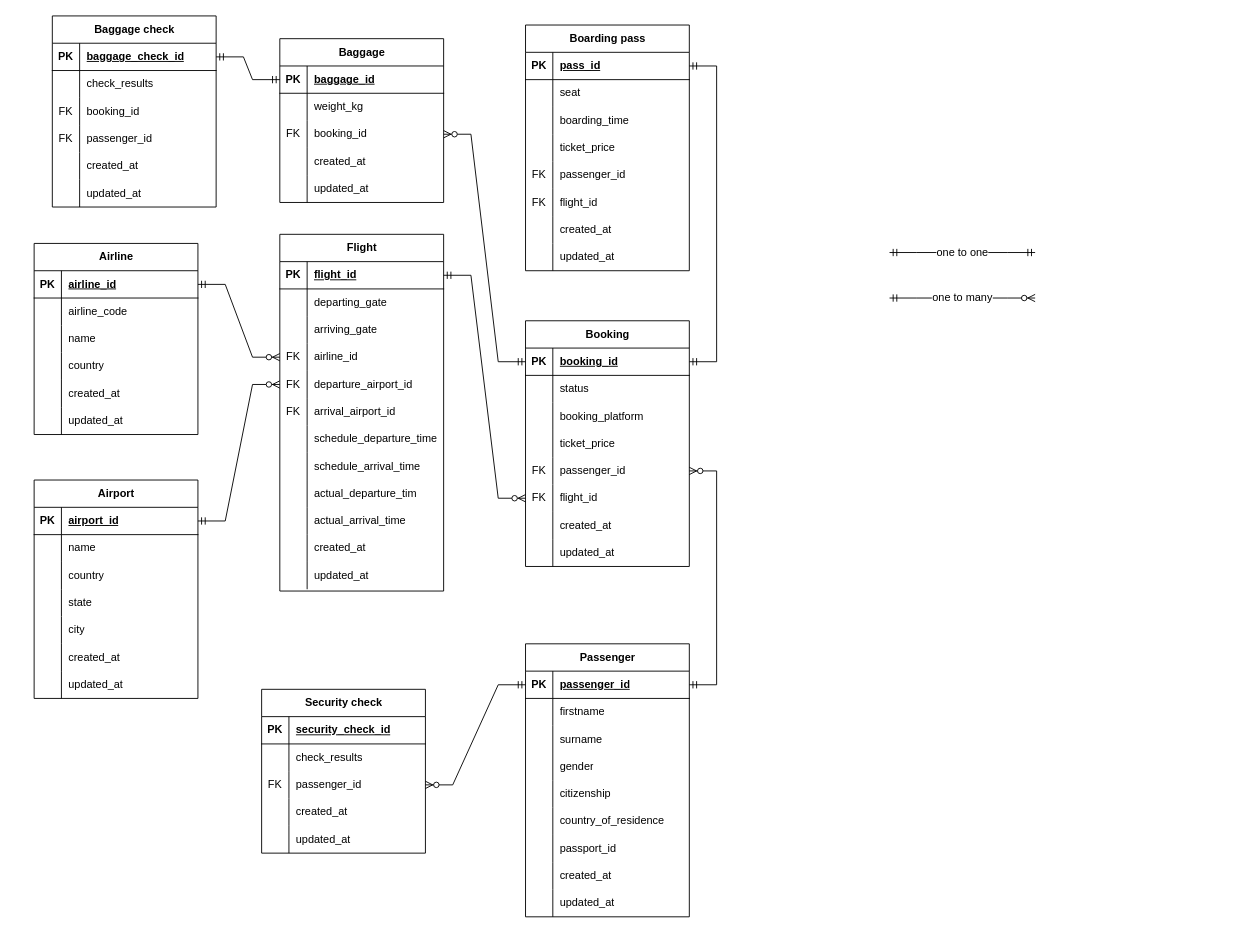
Above: Untitled Diagram.drawio in fellinluvva/dbms1 (draw.io), before the change. Source tidied: cells renumbered, new cells numbered last; positions are measured from the earlier drawing's top-left corner, leaving out a move shared by most shapes. Both pictures are drawn from the tidied source at 91%, with x=0, y=0 at pixel (34, 15).
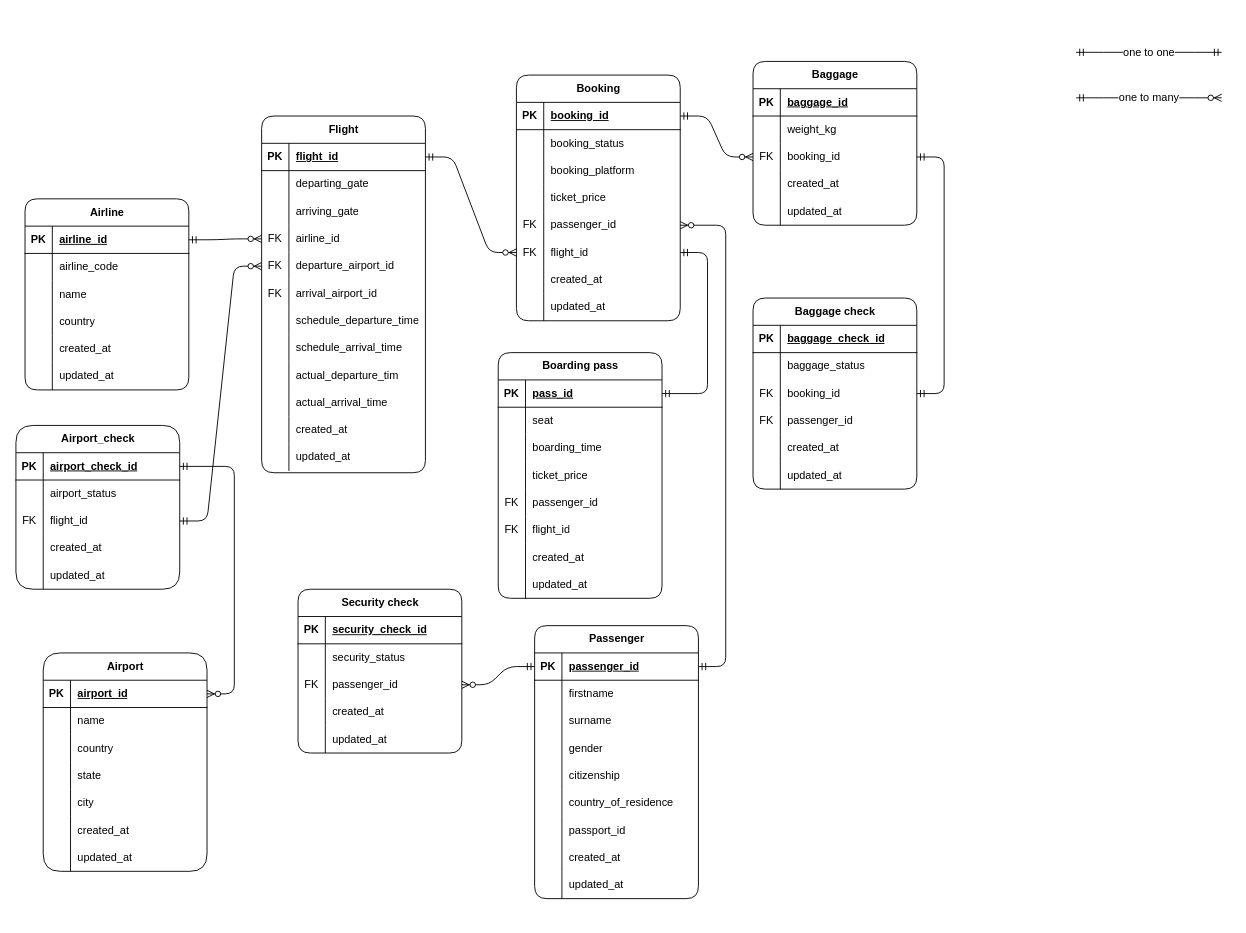
The same diagram, later.

Unchanged cells that the change refers to:
```xml
<mxCell id="3" style="shape=tableRow;horizontal=0;startSize=0;swimlaneHead=0;swimlaneBody=0;fillColor=none;points=[[0,0.5],[1,0.5]];portConstraint=eastwest;top=0;left=0;right=0;bottom=1;" parent="2" vertex="1">
  <mxGeometry y="30" width="180" height="30" as="geometry" />
</mxCell>
<mxCell id="25" style="shape=tableRow;horizontal=0;startSize=0;swimlaneHead=0;swimlaneBody=0;fillColor=none;points=[[0,0.5],[1,0.5]];portConstraint=eastwest;top=0;left=0;right=0;bottom=1;" parent="24" vertex="1">
  <mxGeometry y="30" width="180" height="30" as="geometry" />
</mxCell>
<mxCell id="28" style="shape=tableRow;horizontal=0;startSize=0;swimlaneHead=0;swimlaneBody=0;fillColor=none;top=0;left=0;right=0;bottom=0;" parent="24" vertex="1">
  <mxGeometry y="60" width="180" height="30" as="geometry" />
</mxCell>
<mxCell id="31" style="shape=tableRow;horizontal=0;startSize=0;swimlaneHead=0;swimlaneBody=0;fillColor=none;points=[[0,0.5],[1,0.5]];portConstraint=eastwest;top=0;left=0;right=0;bottom=0;" parent="24" vertex="1">
  <mxGeometry y="90" width="180" height="30" as="geometry" />
</mxCell>
<mxCell id="44" style="shape=tableRow;horizontal=0;startSize=0;swimlaneHead=0;swimlaneBody=0;fillColor=none;points=[[0,0.5],[1,0.5]];portConstraint=eastwest;top=0;left=0;right=0;bottom=1;" parent="43" vertex="1">
  <mxGeometry y="30" width="180" height="30" as="geometry" />
</mxCell>
<mxCell id="47" style="shape=tableRow;horizontal=0;startSize=0;swimlaneHead=0;swimlaneBody=0;fillColor=none;top=0;left=0;right=0;bottom=0;" parent="43" vertex="1">
  <mxGeometry y="60" width="180" height="30" as="geometry" />
</mxCell>
<mxCell id="56" style="shape=tableRow;horizontal=0;startSize=0;swimlaneHead=0;swimlaneBody=0;fillColor=none;points=[[0,0.5],[1,0.5]];portConstraint=eastwest;top=0;left=0;right=0;bottom=0;" parent="43" vertex="1">
  <mxGeometry y="150" width="180" height="30" as="geometry" />
</mxCell>
<mxCell id="59" style="shape=tableRow;horizontal=0;startSize=0;swimlaneHead=0;swimlaneBody=0;fillColor=none;points=[[0,0.5],[1,0.5]];portConstraint=eastwest;top=0;left=0;right=0;bottom=0;" parent="43" vertex="1">
  <mxGeometry y="180" width="180" height="30" as="geometry" />
</mxCell>
<mxCell id="69" style="shape=tableRow;horizontal=0;startSize=0;swimlaneHead=0;swimlaneBody=0;fillColor=none;points=[[0,0.5],[1,0.5]];portConstraint=eastwest;top=0;left=0;right=0;bottom=1;" parent="68" vertex="1">
  <mxGeometry y="30" width="180" height="30" as="geometry" />
</mxCell>
<mxCell id="75" style="shape=tableRow;horizontal=0;startSize=0;swimlaneHead=0;swimlaneBody=0;fillColor=none;points=[[0,0.5],[1,0.5]];portConstraint=eastwest;top=0;left=0;right=0;bottom=0;" parent="68" vertex="1">
  <mxGeometry y="90" width="180" height="30" as="geometry" />
</mxCell>
<mxCell id="85" style="shape=tableRow;horizontal=0;startSize=0;swimlaneHead=0;swimlaneBody=0;fillColor=none;points=[[0,0.5],[1,0.5]];portConstraint=eastwest;top=0;left=0;right=0;bottom=1;" parent="84" vertex="1">
  <mxGeometry y="30" width="180" height="30" as="geometry" />
</mxCell>
<mxCell id="94" style="shape=tableRow;horizontal=0;startSize=0;swimlaneHead=0;swimlaneBody=0;fillColor=none;points=[[0,0.5],[1,0.5]];portConstraint=eastwest;top=0;left=0;right=0;bottom=0;" parent="84" vertex="1">
  <mxGeometry y="120" width="180" height="30" as="geometry" />
</mxCell>
<mxCell id="97" style="shape=tableRow;horizontal=0;startSize=0;swimlaneHead=0;swimlaneBody=0;fillColor=none;points=[[0,0.5],[1,0.5]];portConstraint=eastwest;top=0;left=0;right=0;bottom=0;" parent="84" vertex="1">
  <mxGeometry y="150" width="180" height="30" as="geometry" />
</mxCell>
<mxCell id="122" style="shape=tableRow;horizontal=0;startSize=0;swimlaneHead=0;swimlaneBody=0;fillColor=none;points=[[0,0.5],[1,0.5]];portConstraint=eastwest;top=0;left=0;right=0;bottom=1;" parent="121" vertex="1">
  <mxGeometry y="30" width="180" height="30" as="geometry" />
</mxCell>
<mxCell id="141" style="shape=tableRow;horizontal=0;startSize=0;swimlaneHead=0;swimlaneBody=0;fillColor=none;points=[[0,0.5],[1,0.5]];portConstraint=eastwest;top=0;left=0;right=0;bottom=1;" parent="140" vertex="1">
  <mxGeometry y="30" width="180" height="30" as="geometry" />
</mxCell>
<mxCell id="166" style="shape=tableRow;horizontal=0;startSize=0;swimlaneHead=0;swimlaneBody=0;fillColor=none;points=[[0,0.5],[1,0.5]];portConstraint=eastwest;top=0;left=0;right=0;bottom=1;" parent="165" vertex="1">
  <mxGeometry y="30" width="180" height="30" as="geometry" />
</mxCell>
<mxCell id="197" style="shape=tableRow;horizontal=0;startSize=0;swimlaneHead=0;swimlaneBody=0;fillColor=none;top=0;left=0;right=0;bottom=0;" parent="193" vertex="1">
  <mxGeometry y="60" width="180" height="30" as="geometry" />
</mxCell>
<mxCell id="200" style="shape=tableRow;horizontal=0;startSize=0;swimlaneHead=0;swimlaneBody=0;fillColor=none;points=[[0,0.5],[1,0.5]];portConstraint=eastwest;top=0;left=0;right=0;bottom=0;" parent="193" vertex="1">
  <mxGeometry y="90" width="180" height="30" as="geometry" />
</mxCell>
```

What changed in the source:
```diff
@@
-    <mxCell id="2" value="Airport" style="shape=table;startSize=30;childLayout=tableLayout;rowLines=0;fontStyle=1;align=center;html=1;" parent="1" vertex="1">
-      <mxGeometry y="510" width="180" height="240" as="geometry" />
+    <mxCell id="2" value="Airport" style="shape=table;startSize=30;childLayout=tableLayout;rowLines=0;fontStyle=1;align=center;html=1;rounded=1;arcSize=21;" parent="1" vertex="1">
+      <mxGeometry x="10" y="700" width="180" height="240" as="geometry" />
     </mxCell>
@@
-    <mxCell id="24" value="Baggage check" style="shape=table;startSize=30;childLayout=tableLayout;rowLines=0;fontStyle=1;align=center;html=1;" parent="1" vertex="1">
-      <mxGeometry x="20" width="180" height="210" as="geometry" />
+    <mxCell id="24" value="Baggage check" style="shape=table;startSize=30;childLayout=tableLayout;rowLines=0;fontStyle=1;align=center;html=1;rounded=1;" parent="1" vertex="1">
+      <mxGeometry x="790" y="310" width="180" height="210" as="geometry" />
     </mxCell>
@@
-    <mxCell id="30" value="check_results" style="shape=partialRectangle;fillColor=none;top=0;left=0;bottom=0;right=0;align=left;spacingLeft=6;overflow=hidden;whiteSpace=wrap;html=1;" parent="28" vertex="1">
+    <mxCell id="30" value="baggage_status" style="shape=partialRectangle;fillColor=none;top=0;left=0;bottom=0;right=0;align=left;spacingLeft=6;overflow=hidden;whiteSpace=wrap;html=1;" parent="28" vertex="1">
       <mxGeometry x="30" width="150" height="30" as="geometry" />
     </mxCell>
@@
-    <mxCell id="43" value="Booking" style="shape=table;startSize=30;childLayout=tableLayout;rowLines=0;fontStyle=1;align=center;html=1;" parent="1" vertex="1">
-      <mxGeometry x="540" y="335" width="180" height="270" as="geometry" />
+    <mxCell id="43" value="Booking" style="shape=table;startSize=30;childLayout=tableLayout;rowLines=0;fontStyle=1;align=center;html=1;rounded=1;" parent="1" vertex="1">
+      <mxGeometry x="530" y="65" width="180" height="270" as="geometry" />
     </mxCell>
@@
-    <mxCell id="49" value="status" style="shape=partialRectangle;fillColor=none;top=0;left=0;bottom=0;right=0;align=left;spacingLeft=6;overflow=hidden;whiteSpace=wrap;html=1;" parent="47" vertex="1">
+    <mxCell id="49" value="booking_status" style="shape=partialRectangle;fillColor=none;top=0;left=0;bottom=0;right=0;align=left;spacingLeft=6;overflow=hidden;whiteSpace=wrap;html=1;" parent="47" vertex="1">
       <mxGeometry x="30" width="150" height="30" as="geometry" />
     </mxCell>
@@
-    <mxCell id="68" value="Baggage" style="shape=table;startSize=30;childLayout=tableLayout;rowLines=0;fontStyle=1;align=center;html=1;" parent="1" vertex="1">
-      <mxGeometry x="270" y="25" width="180" height="180" as="geometry" />
+    <mxCell id="68" value="Baggage" style="shape=table;startSize=30;childLayout=tableLayout;rowLines=0;fontStyle=1;align=center;html=1;rounded=1;" parent="1" vertex="1">
+      <mxGeometry x="790" y="50" width="180" height="180" as="geometry" />
     </mxCell>
@@
-    <mxCell id="84" value="Flight" style="shape=table;startSize=30;childLayout=tableLayout;rowLines=0;fontStyle=1;align=center;html=1;" parent="1" vertex="1">
-      <mxGeometry x="270" y="240" width="180" height="392" as="geometry" />
+    <mxCell id="84" value="Flight" style="shape=table;startSize=30;childLayout=tableLayout;rowLines=0;fontStyle=1;align=center;html=1;rounded=1;" parent="1" vertex="1">
+      <mxGeometry x="250" y="110" width="180" height="392" as="geometry" />
     </mxCell>
@@
-    <mxCell id="121" value="Airline" style="shape=table;startSize=30;childLayout=tableLayout;rowLines=0;fontStyle=1;align=center;html=1;" parent="1" vertex="1">
-      <mxGeometry y="250" width="180" height="210" as="geometry" />
+    <mxCell id="121" value="Airline" style="shape=table;startSize=30;childLayout=tableLayout;rowLines=0;fontStyle=1;align=center;html=1;rounded=1;" parent="1" vertex="1">
+      <mxGeometry x="-10" y="201" width="180" height="210" as="geometry" />
     </mxCell>
@@
-    <mxCell id="140" value="Boarding pass" style="shape=table;startSize=30;childLayout=tableLayout;rowLines=0;fontStyle=1;align=center;html=1;" parent="1" vertex="1">
-      <mxGeometry x="540" y="10" width="180" height="270" as="geometry" />
+    <mxCell id="140" value="Boarding pass" style="shape=table;startSize=30;childLayout=tableLayout;rowLines=0;fontStyle=1;align=center;html=1;rounded=1;" parent="1" vertex="1">
+      <mxGeometry x="510" y="370" width="180" height="270" as="geometry" />
     </mxCell>
@@
-    <mxCell id="165" value="Passenger" style="shape=table;startSize=30;childLayout=tableLayout;rowLines=0;fontStyle=1;align=center;html=1;" parent="1" vertex="1">
-      <mxGeometry x="540" y="690" width="180" height="300" as="geometry" />
+    <mxCell id="165" value="Passenger" style="shape=table;startSize=30;childLayout=tableLayout;rowLines=0;fontStyle=1;align=center;html=1;rounded=1;" parent="1" vertex="1">
+      <mxGeometry x="550" y="670" width="180" height="300" as="geometry" />
     </mxCell>
@@
-    <mxCell id="193" value="Security check" style="shape=table;startSize=30;childLayout=tableLayout;rowLines=0;fontStyle=1;align=center;html=1;" parent="1" vertex="1">
-      <mxGeometry x="250" y="740" width="180" height="180" as="geometry" />
+    <mxCell id="193" value="Security check" style="shape=table;startSize=30;childLayout=tableLayout;rowLines=0;fontStyle=1;align=center;html=1;rounded=1;" parent="1" vertex="1">
+      <mxGeometry x="290" y="630" width="180" height="180" as="geometry" />
     </mxCell>
@@
-    <mxCell id="199" value="check_results" style="shape=partialRectangle;fillColor=none;top=0;left=0;bottom=0;right=0;align=left;spacingLeft=6;overflow=hidden;whiteSpace=wrap;html=1;" parent="197" vertex="1">
+    <mxCell id="199" value="security_status" style="shape=partialRectangle;fillColor=none;top=0;left=0;bottom=0;right=0;align=left;spacingLeft=6;overflow=hidden;whiteSpace=wrap;html=1;" parent="197" vertex="1">
       <mxGeometry x="30" width="150" height="30" as="geometry" />
     </mxCell>
@@
-    <mxCell id="209" style="edgeStyle=entityRelationEdgeStyle;fontSize=12;html=1;endArrow=ERzeroToMany;startArrow=ERmandOne;rounded=0;exitX=1;exitY=0.5;exitDx=0;exitDy=0;entryX=0;entryY=0.5;entryDx=0;entryDy=0;" parent="1" edge="1" source="3" target="97">
+    <mxCell id="209" style="edgeStyle=entityRelationEdgeStyle;fontSize=12;html=1;endArrow=ERzeroToMany;startArrow=ERmandOne;rounded=1;curved=0;" parent="1" edge="1" source="220" target="3">
       <mxGeometry relative="1" as="geometry">
         <Array as="points">
-          <mxPoint x="290" y="70" />
+          <mxPoint x="280" y="-200" />
         </Array>
       </mxGeometry>
     </mxCell>
-    <mxCell id="210" style="edgeStyle=entityRelationEdgeStyle;fontSize=12;html=1;endArrow=ERzeroToMany;startArrow=ERmandOne;rounded=0;entryX=0;entryY=0.5;entryDx=0;entryDy=0;exitX=1;exitY=0.5;exitDx=0;exitDy=0;" parent="1" edge="1" source="122" target="94">
+    <mxCell id="210" style="edgeStyle=entityRelationEdgeStyle;fontSize=12;html=1;endArrow=ERzeroToMany;startArrow=ERmandOne;rounded=1;entryX=0;entryY=0.5;entryDx=0;entryDy=0;exitX=1;exitY=0.5;exitDx=0;exitDy=0;curved=0;" parent="1" edge="1" source="122" target="94">
       <mxGeometry relative="1" as="geometry" />
     </mxCell>
-    <mxCell id="211" style="edgeStyle=entityRelationEdgeStyle;fontSize=12;html=1;endArrow=ERzeroToMany;startArrow=ERmandOne;rounded=0;exitX=1;exitY=0.5;exitDx=0;exitDy=0;entryX=0;entryY=0.5;entryDx=0;entryDy=0;" parent="1" edge="1" source="85" target="59">
+    <mxCell id="211" style="edgeStyle=entityRelationEdgeStyle;fontSize=12;html=1;endArrow=ERzeroToMany;startArrow=ERmandOne;rounded=1;exitX=1;exitY=0.5;exitDx=0;exitDy=0;entryX=0;entryY=0.5;entryDx=0;entryDy=0;curved=0;" parent="1" edge="1" source="85" target="59">
       <mxGeometry relative="1" as="geometry" />
     </mxCell>
-    <mxCell id="212" style="edgeStyle=entityRelationEdgeStyle;fontSize=12;html=1;endArrow=ERzeroToMany;startArrow=ERmandOne;rounded=0;exitX=1;exitY=0.5;exitDx=0;exitDy=0;entryX=1;entryY=0.5;entryDx=0;entryDy=0;" parent="1" edge="1" source="166" target="56">
+    <mxCell id="212" style="edgeStyle=entityRelationEdgeStyle;fontSize=12;html=1;endArrow=ERzeroToMany;startArrow=ERmandOne;rounded=1;entryX=1;entryY=0.5;entryDx=0;entryDy=0;curved=0;" parent="1" edge="1" source="166" target="56">
       <mxGeometry relative="1" as="geometry" />
     </mxCell>
-    <mxCell id="213" style="edgeStyle=entityRelationEdgeStyle;fontSize=12;html=1;endArrow=ERmandOne;startArrow=ERmandOne;rounded=0;exitX=1;exitY=0.5;exitDx=0;exitDy=0;entryX=1;entryY=0.5;entryDx=0;entryDy=0;" parent="1" edge="1" source="44" target="141">
-      <mxGeometry relative="1" as="geometry" />
+    <mxCell id="213" style="edgeStyle=entityRelationEdgeStyle;fontSize=12;html=1;endArrow=ERmandOne;startArrow=ERmandOne;rounded=1;entryX=1;entryY=0.5;entryDx=0;entryDy=0;curved=0;" parent="1" edge="1" target="141">
+      <mxGeometry relative="1" as="geometry">
+        <mxPoint x="710" y="260" as="sourcePoint" />
+        <Array as="points">
+          <mxPoint x="580" y="360" />
+          <mxPoint x="730" y="330" />
+          <mxPoint x="690" y="330" />
+        </Array>
+      </mxGeometry>
     </mxCell>
-    <mxCell id="214" style="edgeStyle=entityRelationEdgeStyle;fontSize=12;html=1;endArrow=ERzeroToMany;startArrow=ERmandOne;rounded=0;exitX=0;exitY=0.5;exitDx=0;exitDy=0;entryX=1;entryY=0.5;entryDx=0;entryDy=0;" parent="1" edge="1" source="44" target="75">
+    <mxCell id="214" style="edgeStyle=entityRelationEdgeStyle;fontSize=12;html=1;endArrow=ERzeroToMany;startArrow=ERmandOne;rounded=1;exitX=1;exitY=0.5;exitDx=0;exitDy=0;entryX=0;entryY=0.5;entryDx=0;entryDy=0;curved=0;" parent="1" edge="1" source="44" target="75">
       <mxGeometry relative="1" as="geometry">
         <Array as="points">
-          <mxPoint x="380" y="770" />
-          <mxPoint x="440" y="740" />
+          <mxPoint x="370" y="500" />
+          <mxPoint x="430" y="470" />
         </Array>
       </mxGeometry>
     </mxCell>
-    <mxCell id="215" style="edgeStyle=entityRelationEdgeStyle;fontSize=12;html=1;endArrow=ERmandOne;startArrow=ERmandOne;rounded=0;exitX=1;exitY=0.5;exitDx=0;exitDy=0;entryX=0;entryY=0.5;entryDx=0;entryDy=0;" parent="1" edge="1" source="25" target="69">
-      <mxGeometry relative="1" as="geometry" />
+    <mxCell id="215" style="edgeStyle=entityRelationEdgeStyle;fontSize=12;html=1;endArrow=ERmandOne;startArrow=ERmandOne;rounded=1;exitX=1;exitY=0.5;exitDx=0;exitDy=0;curved=0;" parent="1" edge="1" source="31" target="75">
+      <mxGeometry relative="1" as="geometry">
+        <Array as="points">
+          <mxPoint x="1100" y="420" />
+          <mxPoint x="1120" y="120" />
+          <mxPoint x="1140" y="230" />
+        </Array>
+      </mxGeometry>
     </mxCell>
-    <mxCell id="216" style="edgeStyle=entityRelationEdgeStyle;fontSize=12;html=1;endArrow=ERzeroToMany;startArrow=ERmandOne;rounded=0;exitX=0;exitY=0.5;exitDx=0;exitDy=0;entryX=1;entryY=0.5;entryDx=0;entryDy=0;" parent="1" edge="1" source="166" target="200">
+    <mxCell id="216" style="edgeStyle=entityRelationEdgeStyle;fontSize=12;html=1;endArrow=ERzeroToMany;startArrow=ERmandOne;rounded=1;exitX=0;exitY=0.5;exitDx=0;exitDy=0;entryX=1;entryY=0.5;entryDx=0;entryDy=0;curved=0;" parent="1" edge="1" source="166" target="200">
       <mxGeometry relative="1" as="geometry" />
     </mxCell>
     <mxCell id="217" value="one to many" style="edgeStyle=entityRelationEdgeStyle;fontSize=12;html=1;endArrow=ERzeroToMany;startArrow=ERmandOne;rounded=0;" parent="1" edge="1">
       <mxGeometry relative="1" as="geometry">
-        <mxPoint x="940" y="310" as="sourcePoint" />
-        <mxPoint x="1100" y="310" as="targetPoint" />
+        <mxPoint x="1145" y="90" as="sourcePoint" />
+        <mxPoint x="1305" y="90" as="targetPoint" />
       </mxGeometry>
     </mxCell>
     <mxCell id="218" value="one to one" style="edgeStyle=entityRelationEdgeStyle;fontSize=12;html=1;endArrow=ERmandOne;startArrow=ERmandOne;rounded=0;" parent="1" edge="1">
       <mxGeometry relative="1" as="geometry">
-        <mxPoint x="940" y="260" as="sourcePoint" />
-        <mxPoint x="1100" y="260" as="targetPoint" />
+        <mxPoint x="1145" y="40" as="sourcePoint" />
+        <mxPoint x="1305" y="40" as="targetPoint" />
       </mxGeometry>
     </mxCell>
+    <mxCell id="219" value="Airport_check" style="shape=table;startSize=30;childLayout=tableLayout;rowLines=0;fontStyle=1;align=center;html=1;rounded=1;arcSize=21;" parent="1" vertex="1">
+      <mxGeometry x="-20" y="450" width="180" height="180" as="geometry" />
+    </mxCell>
+    <mxCell id="220" style="shape=tableRow;horizontal=0;startSize=0;swimlaneHead=0;swimlaneBody=0;fillColor=none;points=[[0,0.5],[1,0.5]];portConstraint=eastwest;top=0;left=0;right=0;bottom=1;" parent="219" vertex="1">
+      <mxGeometry y="30" width="180" height="30" as="geometry" />
+    </mxCell>
+    <mxCell id="221" value="PK" style="shape=partialRectangle;fillColor=none;top=0;left=0;bottom=0;right=0;fontStyle=1;overflow=hidden;whiteSpace=wrap;html=1;" parent="220" vertex="1">
+      <mxGeometry width="30" height="30" as="geometry" />
+    </mxCell>
+    <mxCell id="222" value="airport_check_id" style="shape=partialRectangle;fillColor=none;top=0;left=0;bottom=0;right=0;align=left;spacingLeft=6;fontStyle=5;overflow=hidden;whiteSpace=wrap;html=1;" parent="220" vertex="1">
+      <mxGeometry x="30" width="150" height="30" as="geometry" />
+    </mxCell>
+    <mxCell id="223" style="shape=tableRow;horizontal=0;startSize=0;swimlaneHead=0;swimlaneBody=0;fillColor=none;top=0;left=0;right=0;bottom=0;" parent="219" vertex="1">
+      <mxGeometry y="60" width="180" height="30" as="geometry" />
+    </mxCell>
+    <mxCell id="224" style="shape=partialRectangle;fillColor=none;top=0;left=0;bottom=0;right=0;overflow=hidden;whiteSpace=wrap;html=1;" parent="223" vertex="1">
+      <mxGeometry width="30" height="30" as="geometry" />
+    </mxCell>
+    <mxCell id="225" value="airport_status" style="shape=partialRectangle;fillColor=none;top=0;left=0;bottom=0;right=0;align=left;spacingLeft=6;overflow=hidden;whiteSpace=wrap;html=1;" parent="223" vertex="1">
+      <mxGeometry x="30" width="150" height="30" as="geometry" />
+    </mxCell>
+    <mxCell id="226" style="shape=tableRow;horizontal=0;startSize=0;swimlaneHead=0;swimlaneBody=0;fillColor=none;points=[[0,0.5],[1,0.5]];portConstraint=eastwest;top=0;left=0;right=0;bottom=0;" parent="219" vertex="1">
+      <mxGeometry y="90" width="180" height="30" as="geometry" />
+    </mxCell>
+    <mxCell id="227" value="FK" style="shape=partialRectangle;fillColor=none;top=0;left=0;bottom=0;right=0;overflow=hidden;whiteSpace=wrap;html=1;" parent="226" vertex="1">
+      <mxGeometry width="30" height="30" as="geometry" />
+    </mxCell>
+    <mxCell id="228" value="flight_id" style="shape=partialRectangle;fillColor=none;top=0;left=0;bottom=0;right=0;align=left;spacingLeft=6;overflow=hidden;whiteSpace=wrap;html=1;" parent="226" vertex="1">
+      <mxGeometry x="30" width="150" height="30" as="geometry" />
+    </mxCell>
+    <mxCell id="229" style="shape=tableRow;horizontal=0;startSize=0;swimlaneHead=0;swimlaneBody=0;fillColor=none;top=0;left=0;right=0;bottom=0;" parent="219" vertex="1">
+      <mxGeometry y="120" width="180" height="30" as="geometry" />
+    </mxCell>
+    <mxCell id="230" style="shape=partialRectangle;fillColor=none;top=0;left=0;bottom=0;right=0;overflow=hidden;whiteSpace=wrap;html=1;" parent="229" vertex="1">
+      <mxGeometry width="30" height="30" as="geometry" />
+    </mxCell>
+    <mxCell id="231" value="created_at" style="shape=partialRectangle;fillColor=none;top=0;left=0;bottom=0;right=0;align=left;spacingLeft=6;overflow=hidden;whiteSpace=wrap;html=1;" parent="229" vertex="1">
+      <mxGeometry x="30" width="150" height="30" as="geometry" />
+    </mxCell>
+    <mxCell id="232" style="shape=tableRow;horizontal=0;startSize=0;swimlaneHead=0;swimlaneBody=0;fillColor=none;top=0;left=0;right=0;bottom=0;" parent="219" vertex="1">
+      <mxGeometry y="150" width="180" height="30" as="geometry" />
+    </mxCell>
+    <mxCell id="233" style="shape=partialRectangle;fillColor=none;top=0;left=0;bottom=0;right=0;overflow=hidden;whiteSpace=wrap;html=1;" parent="232" vertex="1">
+      <mxGeometry width="30" height="30" as="geometry" />
+    </mxCell>
+    <mxCell id="234" value="updated_at" style="shape=partialRectangle;fillColor=none;top=0;left=0;bottom=0;right=0;align=left;spacingLeft=6;overflow=hidden;whiteSpace=wrap;html=1;" parent="232" vertex="1">
+      <mxGeometry x="30" width="150" height="30" as="geometry" />
+    </mxCell>
+    <mxCell id="235" style="edgeStyle=entityRelationEdgeStyle;fontSize=12;html=1;endArrow=ERzeroToMany;startArrow=ERmandOne;rounded=1;curved=0;exitX=1;exitY=0.5;exitDx=0;exitDy=0;entryX=0;entryY=0.5;entryDx=0;entryDy=0;" parent="1" edge="1" source="226" target="97">
+      <mxGeometry relative="1" as="geometry" />
+    </mxCell>
```
